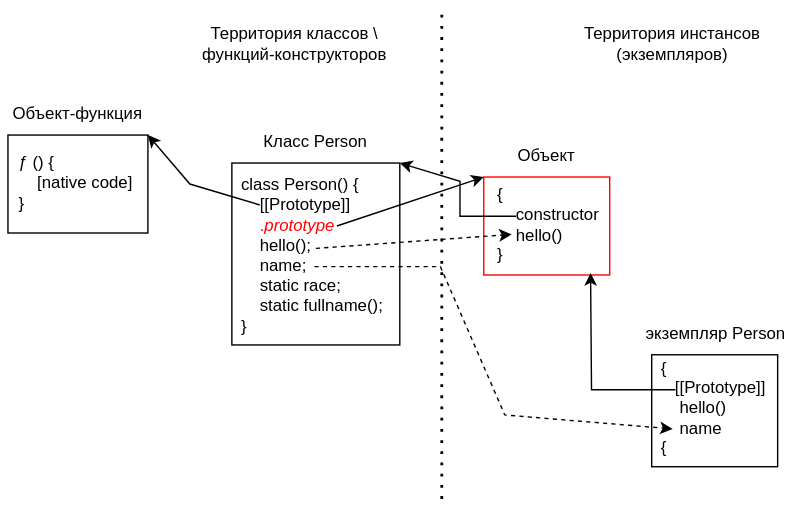
This is frontend/langs/javascript/09 - Классы, примеси/img/instance-class-relation.drawio.svg from johnydotsville/a-notes, a draw.io export, as it was before one commit. Source tidied: cells renumbered, new cells last; positions are measured from the earlier drawing's top-left corner, leaving out a move shared by most shapes. Its diagram source:
```xml
<mxGraphModel>
  <root>
    <mxCell id="0" />
    <mxCell id="1" parent="0" />
    <mxCell id="2" style="rounded=0;whiteSpace=wrap;html=1;" parent="1" vertex="1">
      <mxGeometry x="160" y="110" width="120" height="130" as="geometry" />
    </mxCell>
    <mxCell id="3" value="Класс Person" style="text;html=1;strokeColor=none;fillColor=none;align=center;verticalAlign=middle;whiteSpace=wrap;rounded=0;" parent="1" vertex="1">
      <mxGeometry x="160" y="80" width="120" height="30" as="geometry" />
    </mxCell>
    <mxCell id="4" value="class Person() {&lt;br&gt;&amp;nbsp; &amp;nbsp; [[Prototype]]&lt;br&gt;&amp;nbsp; &amp;nbsp; &lt;font color=&quot;#ff0000&quot;&gt;.&lt;/font&gt;&lt;i&gt;&lt;font color=&quot;#ff0000&quot;&gt;prototype&lt;br&gt;&lt;/font&gt;&lt;/i&gt;&amp;nbsp; &amp;nbsp; hello();&lt;br&gt;&amp;nbsp; &amp;nbsp; name;&lt;br&gt;&amp;nbsp; &amp;nbsp; static race;&lt;br&gt;&amp;nbsp; &amp;nbsp; static fullname();&lt;br&gt;}" style="text;html=1;strokeColor=none;fillColor=none;align=left;verticalAlign=middle;whiteSpace=wrap;rounded=0;" parent="1" vertex="1">
      <mxGeometry x="165" y="127.5" width="110" height="97.5" as="geometry" />
    </mxCell>
    <mxCell id="5" style="rounded=0;whiteSpace=wrap;html=1;strokeColor=#FF0000;" parent="1" vertex="1">
      <mxGeometry x="340" y="120" width="90" height="70" as="geometry" />
    </mxCell>
    <mxCell id="6" value="Объект" style="text;html=1;strokeColor=none;fillColor=none;align=center;verticalAlign=middle;whiteSpace=wrap;rounded=0;" parent="1" vertex="1">
      <mxGeometry x="340" y="90" width="90" height="30" as="geometry" />
    </mxCell>
    <mxCell id="7" value="{&lt;br&gt;&amp;nbsp; &amp;nbsp; constructor&lt;br&gt;&amp;nbsp; &amp;nbsp; hello()&lt;br&gt;}" style="text;html=1;strokeColor=none;fillColor=none;align=left;verticalAlign=middle;whiteSpace=wrap;rounded=0;" parent="1" vertex="1">
      <mxGeometry x="348" y="128" width="84" height="52" as="geometry" />
    </mxCell>
    <mxCell id="8" style="rounded=0;whiteSpace=wrap;html=1;" parent="1" vertex="1">
      <mxGeometry x="460" y="247" width="90" height="80" as="geometry" />
    </mxCell>
    <mxCell id="9" value="экземпляр Person" style="text;html=1;strokeColor=none;fillColor=none;align=center;verticalAlign=middle;whiteSpace=wrap;rounded=0;" parent="1" vertex="1">
      <mxGeometry x="451" y="217" width="110" height="30" as="geometry" />
    </mxCell>
    <mxCell id="10" value="{&lt;br&gt;&amp;nbsp; &amp;nbsp;[[Prototype]]&lt;br&gt;&amp;nbsp; &amp;nbsp; hello()&lt;br&gt;&amp;nbsp; &amp;nbsp; name&lt;br&gt;{" style="text;html=1;strokeColor=none;fillColor=none;align=left;verticalAlign=middle;whiteSpace=wrap;rounded=0;" parent="1" vertex="1">
      <mxGeometry x="465" y="260" width="85" height="50" as="geometry" />
    </mxCell>
    <mxCell id="11" style="endArrow=classic;html=1;rounded=0;exitX=0.111;exitY=0.4;exitDx=0;exitDy=0;exitPerimeter=0;entryX=1;entryY=1;entryDx=0;entryDy=0;" parent="1" edge="1" target="3">
      <mxGeometry relative="1" as="geometry">
        <mxPoint x="363" y="148" as="sourcePoint" />
        <Array as="points">
          <mxPoint x="323" y="148" />
          <mxPoint x="323" y="123" />
        </Array>
      </mxGeometry>
    </mxCell>
    <mxCell id="12" style="endArrow=classic;dashed=1;html=1;rounded=0;exitX=0.5;exitY=0.436;exitDx=0;exitDy=0;exitPerimeter=0;entryX=0.143;entryY=0.615;entryDx=0;entryDy=0;entryPerimeter=0;endFill=1;" parent="1" edge="1">
      <mxGeometry relative="1" as="geometry">
        <mxPoint x="220" y="171" as="sourcePoint" />
        <mxPoint x="360" y="161" as="targetPoint" />
      </mxGeometry>
    </mxCell>
    <mxCell id="13" style="endArrow=none;dashed=1;html=1;dashPattern=1 3;strokeWidth=2;rounded=0;" parent="1" edge="1">
      <mxGeometry relative="1" as="geometry">
        <mxPoint x="310" y="350" as="sourcePoint" />
        <mxPoint x="310" as="targetPoint" />
      </mxGeometry>
    </mxCell>
    <mxCell id="14" value="Территория классов \ функций-конструкторов" style="text;html=1;strokeColor=none;fillColor=none;align=center;verticalAlign=middle;whiteSpace=wrap;rounded=0;" parent="1" vertex="1">
      <mxGeometry x="130" y="10" width="150" height="30" as="geometry" />
    </mxCell>
    <mxCell id="15" value="Территория инстансов (экземпляров)" style="text;html=1;strokeColor=none;fillColor=none;align=center;verticalAlign=middle;whiteSpace=wrap;rounded=0;" parent="1" vertex="1">
      <mxGeometry x="400" y="10" width="150" height="30" as="geometry" />
    </mxCell>
    <mxCell id="16" style="rounded=0;whiteSpace=wrap;html=1;" parent="1" vertex="1">
      <mxGeometry y="90" width="100" height="70" as="geometry" />
    </mxCell>
    <mxCell id="17" value="ƒ () { &lt;br&gt;&amp;nbsp; &amp;nbsp; [native code] &lt;br&gt;}" style="text;html=1;strokeColor=none;fillColor=none;align=left;verticalAlign=middle;whiteSpace=wrap;rounded=0;" parent="1" vertex="1">
      <mxGeometry x="6" y="94" width="84" height="60" as="geometry" />
    </mxCell>
    <mxCell id="18" value="Объект-функция" style="text;html=1;strokeColor=none;fillColor=none;align=center;verticalAlign=middle;whiteSpace=wrap;rounded=0;" parent="1" vertex="1">
      <mxGeometry y="60" width="100" height="30" as="geometry" />
    </mxCell>
    <mxCell id="19" style="endArrow=classic;html=1;rounded=0;exitX=0.136;exitY=0.128;exitDx=0;exitDy=0;exitPerimeter=0;entryX=1;entryY=0;entryDx=0;entryDy=0;" parent="1" edge="1" source="4" target="16">
      <mxGeometry relative="1" as="geometry">
        <Array as="points">
          <mxPoint x="130" y="125" />
        </Array>
      </mxGeometry>
    </mxCell>
    <mxCell id="20" style="endArrow=classic;html=1;rounded=0;exitX=0.682;exitY=0.333;exitDx=0;exitDy=0;exitPerimeter=0;entryX=0;entryY=0;entryDx=0;entryDy=0;" parent="1" edge="1" target="5">
      <mxGeometry relative="1" as="geometry">
        <mxPoint x="235" y="155" as="sourcePoint" />
      </mxGeometry>
    </mxCell>
    <mxCell id="21" style="endArrow=classic;html=1;rounded=0;entryX=0.848;entryY=1.009;entryDx=0;entryDy=0;entryPerimeter=0;" parent="1" edge="1">
      <mxGeometry relative="1" as="geometry">
        <mxPoint x="477" y="272" as="sourcePoint" />
        <mxPoint x="416.3" y="188.6" as="targetPoint" />
        <Array as="points">
          <mxPoint x="417" y="272" />
        </Array>
      </mxGeometry>
    </mxCell>
    <mxCell id="22" style="endArrow=classic;dashed=1;html=1;rounded=0;exitX=0.409;exitY=0.641;exitDx=0;exitDy=0;exitPerimeter=0;endFill=1;" parent="1" edge="1">
      <mxGeometry relative="1" as="geometry">
        <mxPoint x="219" y="184" as="sourcePoint" />
        <mxPoint x="475" y="300" as="targetPoint" />
        <Array as="points">
          <mxPoint x="309" y="184" />
          <mxPoint x="355" y="290" />
        </Array>
      </mxGeometry>
    </mxCell>
  </root>
</mxGraphModel>
```
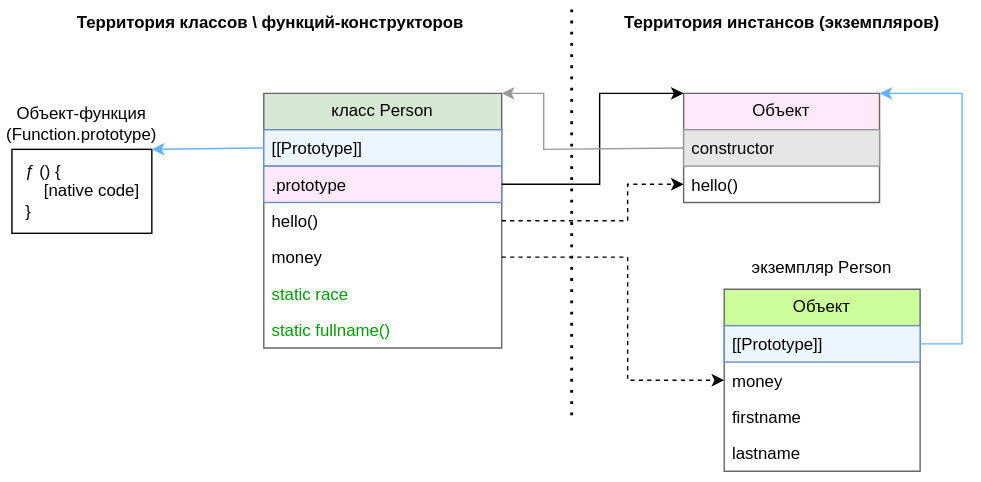
The same diagram one commit later.

What changed in the source:
```diff
@@ -2,99 +2,117 @@
   <root>
     <mxCell id="0" />
     <mxCell id="1" parent="0" />
-    <mxCell id="2" style="rounded=0;whiteSpace=wrap;html=1;" parent="1" vertex="1">
-      <mxGeometry x="160" y="110" width="120" height="130" as="geometry" />
-    </mxCell>
-    <mxCell id="3" value="Класс Person" style="text;html=1;strokeColor=none;fillColor=none;align=center;verticalAlign=middle;whiteSpace=wrap;rounded=0;" parent="1" vertex="1">
-      <mxGeometry x="160" y="80" width="120" height="30" as="geometry" />
-    </mxCell>
-    <mxCell id="4" value="class Person() {&lt;br&gt;&amp;nbsp; &amp;nbsp; [[Prototype]]&lt;br&gt;&amp;nbsp; &amp;nbsp; &lt;font color=&quot;#ff0000&quot;&gt;.&lt;/font&gt;&lt;i&gt;&lt;font color=&quot;#ff0000&quot;&gt;prototype&lt;br&gt;&lt;/font&gt;&lt;/i&gt;&amp;nbsp; &amp;nbsp; hello();&lt;br&gt;&amp;nbsp; &amp;nbsp; name;&lt;br&gt;&amp;nbsp; &amp;nbsp; static race;&lt;br&gt;&amp;nbsp; &amp;nbsp; static fullname();&lt;br&gt;}" style="text;html=1;strokeColor=none;fillColor=none;align=left;verticalAlign=middle;whiteSpace=wrap;rounded=0;" parent="1" vertex="1">
-      <mxGeometry x="165" y="127.5" width="110" height="97.5" as="geometry" />
-    </mxCell>
-    <mxCell id="5" style="rounded=0;whiteSpace=wrap;html=1;strokeColor=#FF0000;" parent="1" vertex="1">
-      <mxGeometry x="340" y="120" width="90" height="70" as="geometry" />
-    </mxCell>
-    <mxCell id="6" value="Объект" style="text;html=1;strokeColor=none;fillColor=none;align=center;verticalAlign=middle;whiteSpace=wrap;rounded=0;" parent="1" vertex="1">
-      <mxGeometry x="340" y="90" width="90" height="30" as="geometry" />
-    </mxCell>
-    <mxCell id="7" value="{&lt;br&gt;&amp;nbsp; &amp;nbsp; constructor&lt;br&gt;&amp;nbsp; &amp;nbsp; hello()&lt;br&gt;}" style="text;html=1;strokeColor=none;fillColor=none;align=left;verticalAlign=middle;whiteSpace=wrap;rounded=0;" parent="1" vertex="1">
-      <mxGeometry x="348" y="128" width="84" height="52" as="geometry" />
-    </mxCell>
-    <mxCell id="8" style="rounded=0;whiteSpace=wrap;html=1;" parent="1" vertex="1">
-      <mxGeometry x="460" y="247" width="90" height="80" as="geometry" />
-    </mxCell>
+    <mxCell id="23" value="класс Person" style="swimlane;fontStyle=0;horizontal=1;startSize=26;fillColor=#d5e8d4;whiteSpace=wrap;html=1;strokeColor=#666666;" parent="1" vertex="1">
+      <mxGeometry x="160" y="400" width="170" height="182" as="geometry" />
+    </mxCell>
+    <mxCell id="24" value="[[Prototype]]" style="text;strokeColor=#6c8ebf;fillColor=#EDF5FF;align=left;verticalAlign=top;spacingLeft=4;spacingRight=4;overflow=hidden;points=[[0,0.5],[1,0.5]];portConstraint=eastwest;whiteSpace=wrap;html=1;fontColor=default;" parent="23" vertex="1">
+      <mxGeometry y="26" width="170" height="26" as="geometry" />
+    </mxCell>
+    <mxCell id="25" value=".prototype" style="text;strokeColor=#6c8ebf;fillColor=#FFE8FA;align=left;verticalAlign=top;spacingLeft=4;spacingRight=4;overflow=hidden;points=[[0,0.5],[1,0.5]];portConstraint=eastwest;whiteSpace=wrap;html=1;" parent="23" vertex="1">
+      <mxGeometry y="52" width="170" height="26" as="geometry" />
+    </mxCell>
+    <mxCell id="26" value="hello()" style="text;strokeColor=none;fillColor=none;align=left;verticalAlign=top;spacingLeft=4;spacingRight=4;overflow=hidden;points=[[0,0.5],[1,0.5]];portConstraint=eastwest;whiteSpace=wrap;html=1;" parent="23" vertex="1">
+      <mxGeometry y="78" width="170" height="26" as="geometry" />
+    </mxCell>
+    <mxCell id="27" value="money" style="text;strokeColor=none;fillColor=none;align=left;verticalAlign=top;spacingLeft=4;spacingRight=4;overflow=hidden;points=[[0,0.5],[1,0.5]];portConstraint=eastwest;whiteSpace=wrap;html=1;" parent="23" vertex="1">
+      <mxGeometry y="104" width="170" height="26" as="geometry" />
+    </mxCell>
+    <mxCell id="28" value="static race" style="text;strokeColor=none;fillColor=none;align=left;verticalAlign=top;spacingLeft=4;spacingRight=4;overflow=hidden;whiteSpace=wrap;html=1;fontStyle=0;fontColor=#009900;" parent="23" vertex="1">
+      <mxGeometry y="130" width="170" height="26" as="geometry" />
+    </mxCell>
+    <mxCell id="29" value="static fullname()" style="text;strokeColor=none;fillColor=none;align=left;verticalAlign=top;spacingLeft=4;spacingRight=4;overflow=hidden;whiteSpace=wrap;html=1;fontColor=#009900;" parent="23" vertex="1">
+      <mxGeometry y="156" width="170" height="26" as="geometry" />
+    </mxCell>
+    <mxCell id="30" style="rounded=0;whiteSpace=wrap;html=1;" parent="1" vertex="1">
+      <mxGeometry x="-20" y="440" width="100" height="60" as="geometry" />
+    </mxCell>
+    <mxCell id="17" value="ƒ () { &lt;br&gt;&amp;nbsp; &amp;nbsp; [native code] &lt;br&gt;}" style="text;html=1;strokeColor=none;fillColor=none;align=left;verticalAlign=middle;whiteSpace=wrap;rounded=0;" parent="1" vertex="1">
+      <mxGeometry x="-12" y="443" width="84" height="54" as="geometry" />
+    </mxCell>
+    <mxCell id="31" value="Объект-функция&lt;br&gt;(Function.prototype)" style="text;html=1;strokeColor=none;fillColor=none;align=center;verticalAlign=middle;whiteSpace=wrap;rounded=0;" parent="1" vertex="1">
+      <mxGeometry x="-20" y="407" width="100" height="30" as="geometry" />
+    </mxCell>
+    <mxCell id="32" style="endArrow=classic;html=1;rounded=0;exitX=0;exitY=0.5;exitDx=0;exitDy=0;entryX=1;entryY=0;entryDx=0;entryDy=0;strokeColor=#66B2FF;" parent="1" edge="1" source="24" target="30">
+      <mxGeometry relative="1" as="geometry" />
+    </mxCell>
+    <mxCell id="33" value="Объект" style="swimlane;fontStyle=0;horizontal=1;startSize=26;fillColor=#FFE8FA;whiteSpace=wrap;html=1;strokeColor=#666666;" parent="1" vertex="1">
+      <mxGeometry x="460" y="400" width="140" height="78" as="geometry" />
+    </mxCell>
+    <mxCell id="34" value="constructor" style="text;strokeColor=#999999;fillColor=#E6E6E6;align=left;verticalAlign=top;spacingLeft=4;spacingRight=4;overflow=hidden;whiteSpace=wrap;html=1;" parent="33" vertex="1">
+      <mxGeometry y="26" width="140" height="26" as="geometry" />
+    </mxCell>
+    <mxCell id="35" value="hello()" style="text;strokeColor=none;fillColor=none;align=left;verticalAlign=top;spacingLeft=4;spacingRight=4;overflow=hidden;points=[[0,0.5],[1,0.5]];portConstraint=eastwest;whiteSpace=wrap;html=1;" parent="33" vertex="1">
+      <mxGeometry y="52" width="140" height="26" as="geometry" />
+    </mxCell>
+    <mxCell id="36" style="endArrow=classic;html=1;rounded=0;exitX=1;exitY=0.5;exitDx=0;exitDy=0;entryX=0;entryY=0;entryDx=0;entryDy=0;" parent="1" edge="1" source="25" target="33">
+      <mxGeometry relative="1" as="geometry">
+        <Array as="points">
+          <mxPoint x="400" y="465" />
+          <mxPoint x="400" y="400" />
+        </Array>
+      </mxGeometry>
+    </mxCell>
+    <mxCell id="37" style="endArrow=classic;html=1;rounded=0;exitX=0;exitY=0.5;exitDx=0;exitDy=0;entryX=1;entryY=0;entryDx=0;entryDy=0;strokeColor=#999999;" parent="1" edge="1" source="33" target="23">
+      <mxGeometry relative="1" as="geometry">
+        <Array as="points">
+          <mxPoint x="360" y="440" />
+          <mxPoint x="360" y="400" />
+        </Array>
+      </mxGeometry>
+    </mxCell>
+    <mxCell id="38" value="Объект" style="swimlane;fontStyle=0;horizontal=1;startSize=26;fillColor=#CCFF99;whiteSpace=wrap;html=1;strokeColor=#666666;" parent="1" vertex="1">
+      <mxGeometry x="489" y="540" width="140" height="130" as="geometry" />
+    </mxCell>
+    <mxCell id="39" value="[[Prototype]]" style="text;strokeColor=#6c8ebf;fillColor=#EDF5FF;align=left;verticalAlign=top;spacingLeft=4;spacingRight=4;overflow=hidden;points=[[0,0.5],[1,0.5]];portConstraint=eastwest;whiteSpace=wrap;html=1;fontColor=default;" parent="38" vertex="1">
+      <mxGeometry y="26" width="140" height="26" as="geometry" />
+    </mxCell>
+    <mxCell id="40" value="money" style="text;strokeColor=none;fillColor=none;align=left;verticalAlign=top;spacingLeft=4;spacingRight=4;overflow=hidden;points=[[0,0.5],[1,0.5]];portConstraint=eastwest;whiteSpace=wrap;html=1;" parent="38" vertex="1">
+      <mxGeometry y="52" width="140" height="26" as="geometry" />
+    </mxCell>
+    <mxCell id="41" value="firstname" style="text;strokeColor=none;fillColor=none;align=left;verticalAlign=top;spacingLeft=4;spacingRight=4;overflow=hidden;whiteSpace=wrap;html=1;" parent="38" vertex="1">
+      <mxGeometry y="78" width="140" height="26" as="geometry" />
+    </mxCell>
+    <mxCell id="42" value="lastname" style="text;strokeColor=none;fillColor=none;align=left;verticalAlign=top;spacingLeft=4;spacingRight=4;overflow=hidden;whiteSpace=wrap;html=1;" parent="38" vertex="1">
+      <mxGeometry y="104" width="140" height="26" as="geometry" />
+    </mxCell>
     <mxCell id="9" value="экземпляр Person" style="text;html=1;strokeColor=none;fillColor=none;align=center;verticalAlign=middle;whiteSpace=wrap;rounded=0;" parent="1" vertex="1">
-      <mxGeometry x="451" y="217" width="110" height="30" as="geometry" />
+      <mxGeometry x="489" y="510" width="140" height="30" as="geometry" />
     </mxCell>
-    <mxCell id="10" value="{&lt;br&gt;&amp;nbsp; &amp;nbsp;[[Prototype]]&lt;br&gt;&amp;nbsp; &amp;nbsp; hello()&lt;br&gt;&amp;nbsp; &amp;nbsp; name&lt;br&gt;{" style="text;html=1;strokeColor=none;fillColor=none;align=left;verticalAlign=middle;whiteSpace=wrap;rounded=0;" parent="1" vertex="1">
-      <mxGeometry x="465" y="260" width="85" height="50" as="geometry" />
-    </mxCell>
-    <mxCell id="11" style="endArrow=classic;html=1;rounded=0;exitX=0.111;exitY=0.4;exitDx=0;exitDy=0;exitPerimeter=0;entryX=1;entryY=1;entryDx=0;entryDy=0;" parent="1" edge="1" target="3">
-      <mxGeometry relative="1" as="geometry">
-        <mxPoint x="363" y="148" as="sourcePoint" />
-        <Array as="points">
-          <mxPoint x="323" y="148" />
-          <mxPoint x="323" y="123" />
-        </Array>
-      </mxGeometry>
-    </mxCell>
-    <mxCell id="12" style="endArrow=classic;dashed=1;html=1;rounded=0;exitX=0.5;exitY=0.436;exitDx=0;exitDy=0;exitPerimeter=0;entryX=0.143;entryY=0.615;entryDx=0;entryDy=0;entryPerimeter=0;endFill=1;" parent="1" edge="1">
-      <mxGeometry relative="1" as="geometry">
-        <mxPoint x="220" y="171" as="sourcePoint" />
-        <mxPoint x="360" y="161" as="targetPoint" />
-      </mxGeometry>
-    </mxCell>
-    <mxCell id="13" style="endArrow=none;dashed=1;html=1;dashPattern=1 3;strokeWidth=2;rounded=0;" parent="1" edge="1">
-      <mxGeometry relative="1" as="geometry">
-        <mxPoint x="310" y="350" as="sourcePoint" />
-        <mxPoint x="310" as="targetPoint" />
-      </mxGeometry>
-    </mxCell>
+    <mxCell id="43" style="endArrow=classic;dashed=1;html=1;rounded=0;exitX=1;exitY=0.5;exitDx=0;exitDy=0;entryX=0;entryY=0.5;entryDx=0;entryDy=0;endFill=1;" parent="1" edge="1" source="26" target="35">
+      <mxGeometry relative="1" as="geometry">
+        <Array as="points">
+          <mxPoint x="420" y="491" />
+          <mxPoint x="420" y="465" />
+        </Array>
+      </mxGeometry>
+    </mxCell>
+    <mxCell id="44" style="endArrow=classic;dashed=1;html=1;rounded=0;exitX=1;exitY=0.5;exitDx=0;exitDy=0;entryX=0;entryY=0.5;entryDx=0;entryDy=0;endFill=1;" parent="1" edge="1" source="27" target="40">
+      <mxGeometry relative="1" as="geometry">
+        <Array as="points">
+          <mxPoint x="420" y="517" />
+          <mxPoint x="420" y="605" />
+        </Array>
+      </mxGeometry>
+    </mxCell>
+    <mxCell id="45" style="endArrow=classic;html=1;rounded=0;exitX=1;exitY=0.5;exitDx=0;exitDy=0;entryX=1;entryY=0;entryDx=0;entryDy=0;strokeColor=#66B2FF;" parent="1" edge="1" source="39" target="33">
+      <mxGeometry relative="1" as="geometry">
+        <Array as="points">
+          <mxPoint x="659" y="579" />
+          <mxPoint x="659" y="400" />
+        </Array>
+      </mxGeometry>
+    </mxCell>
+    <mxCell id="46" style="endArrow=none;dashed=1;html=1;dashPattern=1 3;strokeWidth=2;rounded=0;" parent="1" edge="1">
+      <mxGeometry relative="1" as="geometry">
+        <mxPoint x="380" y="630" as="sourcePoint" />
+        <mxPoint x="380" y="340" as="targetPoint" />
+      </mxGeometry>
+    </mxCell>
-    <mxCell id="14" value="Территория классов \ функций-конструкторов" style="text;html=1;strokeColor=none;fillColor=none;align=center;verticalAlign=middle;whiteSpace=wrap;rounded=0;" parent="1" vertex="1">
-      <mxGeometry x="130" y="10" width="150" height="30" as="geometry" />
+    <mxCell id="14" value="Территория классов \ функций-конструкторов" style="text;html=1;strokeColor=none;fillColor=none;align=center;verticalAlign=middle;whiteSpace=wrap;rounded=0;fontStyle=1;" parent="1" vertex="1">
+      <mxGeometry x="20" y="340" width="290" height="20" as="geometry" />
     </mxCell>
-    <mxCell id="15" value="Территория инстансов (экземпляров)" style="text;html=1;strokeColor=none;fillColor=none;align=center;verticalAlign=middle;whiteSpace=wrap;rounded=0;" parent="1" vertex="1">
-      <mxGeometry x="400" y="10" width="150" height="30" as="geometry" />
+    <mxCell id="15" value="Территория инстансов (экземпляров)" style="text;html=1;strokeColor=none;fillColor=none;align=center;verticalAlign=middle;whiteSpace=wrap;rounded=0;fontStyle=1;" parent="1" vertex="1">
+      <mxGeometry x="408" y="340" width="245" height="20" as="geometry" />
     </mxCell>
-    <mxCell id="16" style="rounded=0;whiteSpace=wrap;html=1;" parent="1" vertex="1">
-      <mxGeometry y="90" width="100" height="70" as="geometry" />
-    </mxCell>
-    <mxCell id="17" value="ƒ () { &lt;br&gt;&amp;nbsp; &amp;nbsp; [native code] &lt;br&gt;}" style="text;html=1;strokeColor=none;fillColor=none;align=left;verticalAlign=middle;whiteSpace=wrap;rounded=0;" parent="1" vertex="1">
-      <mxGeometry x="6" y="94" width="84" height="60" as="geometry" />
-    </mxCell>
-    <mxCell id="18" value="Объект-функция" style="text;html=1;strokeColor=none;fillColor=none;align=center;verticalAlign=middle;whiteSpace=wrap;rounded=0;" parent="1" vertex="1">
-      <mxGeometry y="60" width="100" height="30" as="geometry" />
-    </mxCell>
-    <mxCell id="19" style="endArrow=classic;html=1;rounded=0;exitX=0.136;exitY=0.128;exitDx=0;exitDy=0;exitPerimeter=0;entryX=1;entryY=0;entryDx=0;entryDy=0;" parent="1" edge="1" source="4" target="16">
-      <mxGeometry relative="1" as="geometry">
-        <Array as="points">
-          <mxPoint x="130" y="125" />
-        </Array>
-      </mxGeometry>
-    </mxCell>
-    <mxCell id="20" style="endArrow=classic;html=1;rounded=0;exitX=0.682;exitY=0.333;exitDx=0;exitDy=0;exitPerimeter=0;entryX=0;entryY=0;entryDx=0;entryDy=0;" parent="1" edge="1" target="5">
-      <mxGeometry relative="1" as="geometry">
-        <mxPoint x="235" y="155" as="sourcePoint" />
-      </mxGeometry>
-    </mxCell>
-    <mxCell id="21" style="endArrow=classic;html=1;rounded=0;entryX=0.848;entryY=1.009;entryDx=0;entryDy=0;entryPerimeter=0;" parent="1" edge="1">
-      <mxGeometry relative="1" as="geometry">
-        <mxPoint x="477" y="272" as="sourcePoint" />
-        <mxPoint x="416.3" y="188.6" as="targetPoint" />
-        <Array as="points">
-          <mxPoint x="417" y="272" />
-        </Array>
-      </mxGeometry>
-    </mxCell>
-    <mxCell id="22" style="endArrow=classic;dashed=1;html=1;rounded=0;exitX=0.409;exitY=0.641;exitDx=0;exitDy=0;exitPerimeter=0;endFill=1;" parent="1" edge="1">
-      <mxGeometry relative="1" as="geometry">
-        <mxPoint x="219" y="184" as="sourcePoint" />
-        <mxPoint x="475" y="300" as="targetPoint" />
-        <Array as="points">
-          <mxPoint x="309" y="184" />
-          <mxPoint x="355" y="290" />
-        </Array>
-      </mxGeometry>
-    </mxCell>
   </root>
 </mxGraphModel>
```
